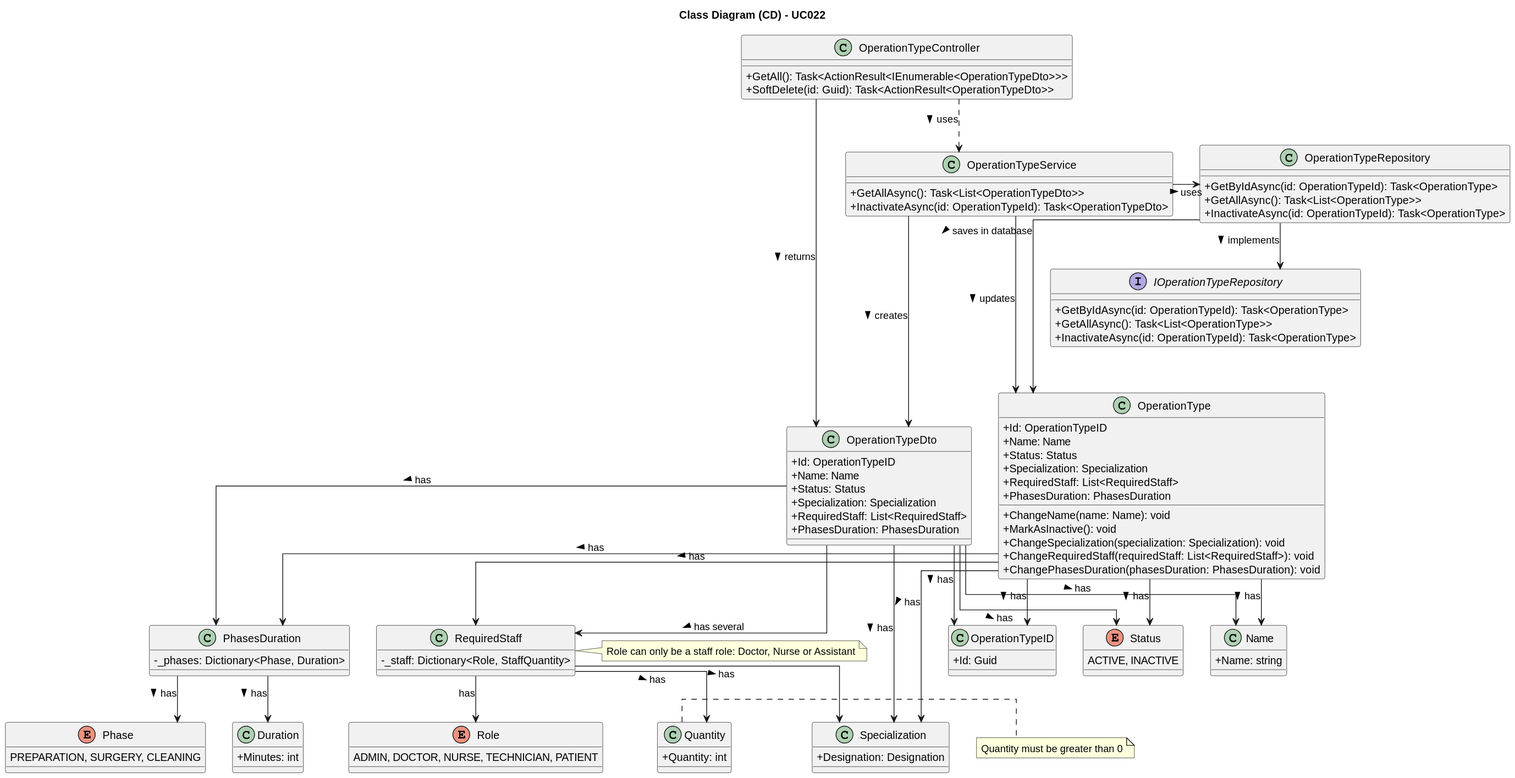
Above: docs/SprintA/UseCases/UC022/03.design/svg/uc022-class-diagram.svg in 1221124/sem5pi-24-25-g031 (PlantUML), before the change. The source it was exported from:
```plantuml
@startuml
skinparam packageStyle rectangle
skinparam shadowing false
skinparam classAttributeIconSize 0
skinparam linetype ortho

left to right direction
top to bottom direction

title Class Diagram (CD) - UC022

class OperationTypeController {
    +GetAll(): Task<ActionResult<IEnumerable<OperationTypeDto>>>
    +SoftDelete(id: Guid): Task<ActionResult<OperationTypeDto>>
}

class OperationTypeService {
    +GetAllAsync(): Task<List<OperationTypeDto>>
    +InactivateAsync(id: OperationTypeId): Task<OperationTypeDto>
}

class OperationTypeRepository {
    +GetByIdAsync(id: OperationTypeId): Task<OperationType>
    +GetAllAsync(): Task<List<OperationType>>
    +InactivateAsync(id: OperationTypeId): Task<OperationType>
}

interface IOperationTypeRepository {
    +GetByIdAsync(id: OperationTypeId): Task<OperationType>
    +GetAllAsync(): Task<List<OperationType>>
    +InactivateAsync(id: OperationTypeId): Task<OperationType>
}

class OperationType {
    +Id: OperationTypeID
    +Name: Name
    +Status: Status
    +Specialization: Specialization
    +RequiredStaff: List<RequiredStaff>
    +PhasesDuration: PhasesDuration
    +ChangeName(name: Name): void
    +MarkAsInactive(): void
    +ChangeSpecialization(specialization: Specialization): void
    +ChangeRequiredStaff(requiredStaff: List<RequiredStaff>): void
    +ChangePhasesDuration(phasesDuration: PhasesDuration): void
}

class OperationTypeDto {
    +Id: OperationTypeID
    +Name: Name
    +Status: Status
    +Specialization: Specialization
    +RequiredStaff: List<RequiredStaff>
    +PhasesDuration: PhasesDuration
}

class RequiredStaff {
    - _staff: Dictionary<Role, StaffQuantity>
}
note right of RequiredStaff
    Role can only be a staff role: Doctor, Nurse or Assistant
end note

class Quantity {
    +Quantity: int
}
note right of Quantity
    Quantity must be greater than 0
end note

class Specialization {
    +Designation: Designation
}

class PhasesDuration {
    - _phases: Dictionary<Phase, Duration>
}

enum Phase {
    PREPARATION, SURGERY, CLEANING
}

class Duration {
    +Minutes: int
}

class Name {
    +Name: string
}

class OperationTypeID {
    +Id: Guid
}

enum Role {
    ADMIN, DOCTOR, NURSE, TECHNICIAN, PATIENT
}

enum Status {
    ACTIVE, INACTIVE
}

OperationTypeController .> OperationTypeService : > uses
OperationTypeController ----> OperationTypeDto : > returns

OperationTypeService -> OperationTypeRepository : > uses
OperationTypeService ---> OperationType : > updates
OperationTypeService ---> OperationTypeDto : > creates

OperationTypeRepository --> IOperationTypeRepository : > implements
OperationTypeRepository --> OperationType : > saves in database

OperationType --> OperationTypeID : > has
OperationType --> Name : > has
OperationType --> Status : > has
OperationType --> Specialization : > has
OperationType --> RequiredStaff : > has
OperationType --> PhasesDuration : > has

OperationTypeDto --> OperationTypeID : > has
OperationTypeDto --> Name : > has
OperationTypeDto --> Status : > has
OperationTypeDto --> Specialization : > has
OperationTypeDto --> RequiredStaff : > has several
OperationTypeDto --> PhasesDuration : > has

RequiredStaff --> Role: has
RequiredStaff --> Specialization : > has
RequiredStaff --> Quantity : > has

PhasesDuration --> Phase : > has
PhasesDuration --> Duration : > has
@enduml
```
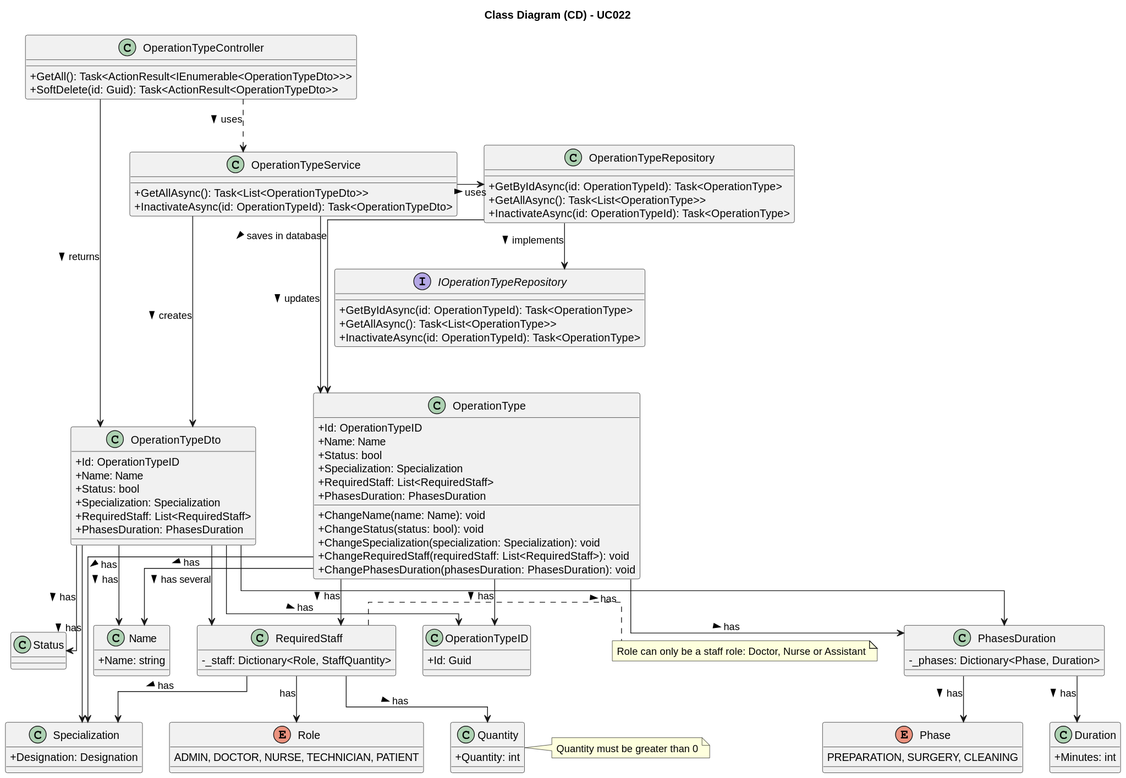
After the change.

Change to the diagram source:
```diff
@@ -34,12 +34,12 @@
 class OperationType {
     +Id: OperationTypeID
     +Name: Name
-    +Status: Status
+    +Status: bool
     +Specialization: Specialization
     +RequiredStaff: List<RequiredStaff>
     +PhasesDuration: PhasesDuration
     +ChangeName(name: Name): void
-    +MarkAsInactive(): void
+    +ChangeStatus(status: bool): void
     +ChangeSpecialization(specialization: Specialization): void
     +ChangeRequiredStaff(requiredStaff: List<RequiredStaff>): void
     +ChangePhasesDuration(phasesDuration: PhasesDuration): void
@@ -48,7 +48,7 @@
 class OperationTypeDto {
     +Id: OperationTypeID
     +Name: Name
-    +Status: Status
+    +Status: bool
     +Specialization: Specialization
     +RequiredStaff: List<RequiredStaff>
     +PhasesDuration: PhasesDuration
@@ -96,10 +96,6 @@
     ADMIN, DOCTOR, NURSE, TECHNICIAN, PATIENT
 }
 
-enum Status {
-    ACTIVE, INACTIVE
-}
-
 OperationTypeController .> OperationTypeService : > uses
 OperationTypeController ----> OperationTypeDto : > returns
 
@@ -112,7 +108,6 @@
 
 OperationType --> OperationTypeID : > has
 OperationType --> Name : > has
-OperationType --> Status : > has
 OperationType --> Specialization : > has
 OperationType --> RequiredStaff : > has
 OperationType --> PhasesDuration : > has
```
